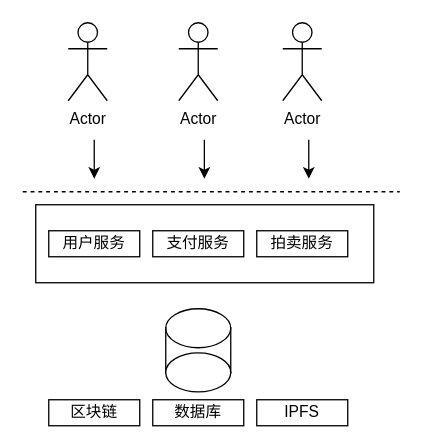
Above: 一、种基于区块链智能合约的密封拍卖方法及系统.drawio in ForLina/sxc_contract (draw.io), before the change. Source tidied: cells renumbered, new cells numbered last; positions are measured from the earlier drawing's top-left corner, leaving out a move shared by most shapes. Both pictures are drawn from the tidied source at 130%, with x=0, y=0 at pixel (22, 22).
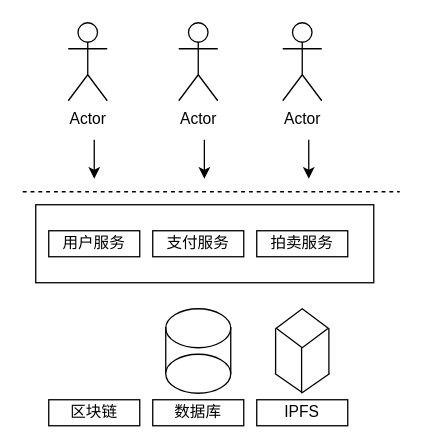
Above is the later version.

Commit message (it also covers changes not shown here):
更新一、种基于区块链智能合约的密封拍卖方法及系统.drawio

What changed in the source:
```diff
@@
-    <mxCell id="19" style="ellipse;whiteSpace=wrap;html=1;" parent="1" vertex="1">
-      <mxGeometry x="110" y="254" width="50" height="30" as="geometry" />
-    </mxCell>
+    <mxCell id="20" style="rhombus;whiteSpace=wrap;html=1;" parent="1" vertex="1">
+      <mxGeometry x="195" y="220" width="40" height="30" as="geometry" />
+    </mxCell>
+    <mxCell id="21" style="line;strokeWidth=1;direction=south;html=1;" parent="1" vertex="1">
+      <mxGeometry x="193" y="235" width="3" height="35" as="geometry" />
+    </mxCell>
+    <mxCell id="22" style="line;strokeWidth=1;direction=south;html=1;" parent="1" vertex="1">
+      <mxGeometry x="213" y="250" width="3" height="35" as="geometry" />
+    </mxCell>
+    <mxCell id="23" style="line;strokeWidth=1;direction=south;html=1;" parent="1" vertex="1">
+      <mxGeometry x="234" y="235" width="3" height="35" as="geometry" />
+    </mxCell>
+    <mxCell id="24" style="line;strokeWidth=1;direction=south;html=1;rotation=125;" parent="1" vertex="1">
+      <mxGeometry x="203.1" y="264.2" width="3" height="26" as="geometry" />
+    </mxCell>
+    <mxCell id="25" style="line;strokeWidth=1;direction=north;html=1;rotation=235;" parent="1" vertex="1">
+      <mxGeometry x="224" y="264.2" width="3" height="26" as="geometry" />
+    </mxCell>
+    <mxCell id="26" style="ellipse;whiteSpace=wrap;html=1;" parent="1" vertex="1">
+      <mxGeometry x="110" y="255" width="50" height="30" as="geometry" />
+    </mxCell>
```
